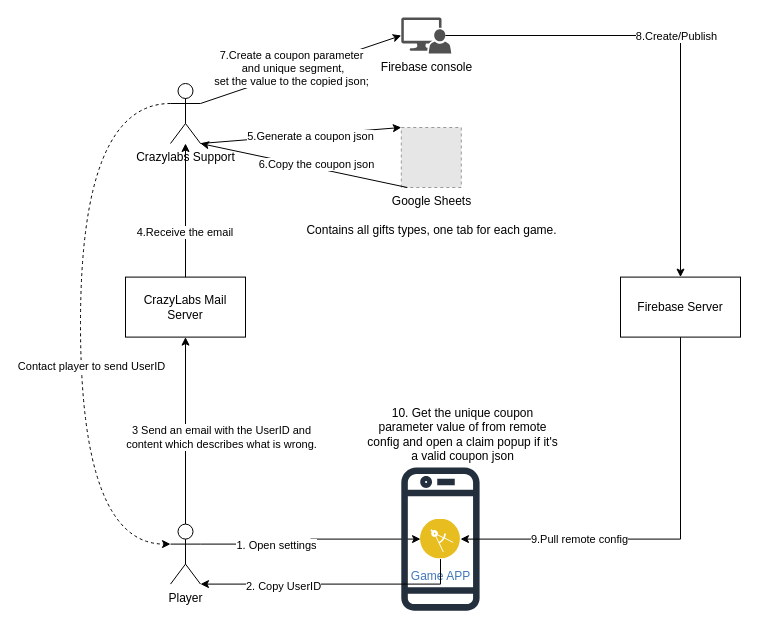
Above: page "Stage1-UniqueCoupon" (2 of 5) of Remote Config Coupon Architecture.drawio in yaohuiwu/SimpleFS (draw.io), before the change. Source tidied: cells renumbered, new cells numbered last; positions are measured from the earlier drawing's top-left corner, leaving out a move shared by most shapes. Both pictures are drawn from the tidied source at 100%, with x=0, y=0 at pixel (80, 17). Pictures stored in the file or linked from it are replaced by grey dashed boxes.
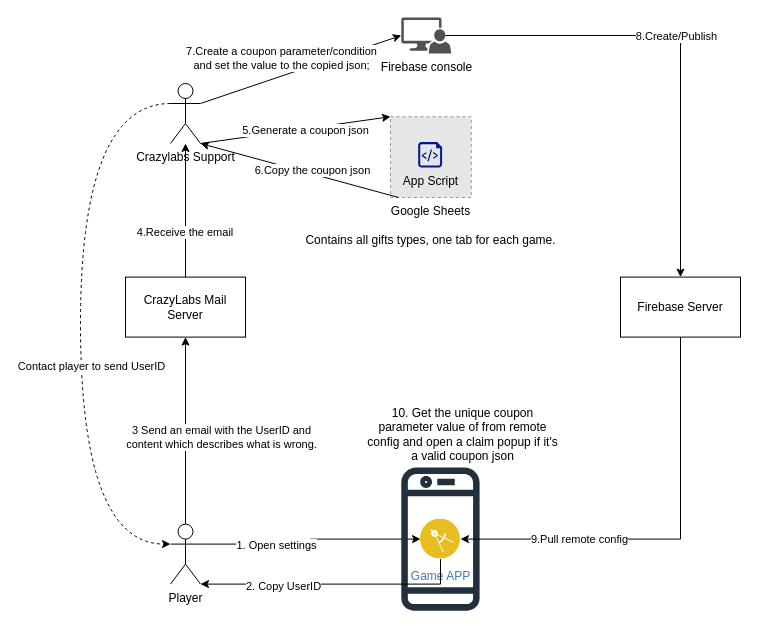
After the change.

The change refers to these unchanged cells:
```xml
<mxCell id="21" style="rounded=0;jettySize=auto;html=1;exitX=1;exitY=0.3333333333333333;exitDx=0;exitDy=0;exitPerimeter=0;entryX=0;entryY=0.5;entryDx=0;entryDy=0;entryPerimeter=0;" parent="1" edge="1" source="20" target="16">
  <mxGeometry relative="1" as="geometry" />
</mxCell>
```

Diff of the diagram source:
```diff
@@
-    <mxCell id="22" value="7.Create a coupon parameter&lt;br&gt;&amp;nbsp;and unique segment, &lt;br&gt;set the value to the copied json;" style="edgeLabel;html=1;align=center;verticalAlign=middle;" parent="21" vertex="1">
+    <mxCell id="22" value="7.Create a coupon parameter/condition &lt;br&gt;and set the value to the copied json;" style="edgeLabel;html=1;align=center;verticalAlign=middle;" parent="21" vertex="1">
       <mxGeometry x="-0.25" y="-1" relative="1" as="geometry">
-        <mxPoint x="14" y="-11" as="offset" />
+        <mxPoint x="4" y="-21" as="offset" />
       </mxGeometry>
     </mxCell>
@@
     <mxCell id="26" value="Google Sheets&lt;br&gt;&lt;br&gt;Contains all gifts types, one tab for each game." style="fillColor=#E6E6E6;strokeColor=#999999;dashed=1;html=1;verticalAlign=top;verticalLabelPosition=bottom;labelBackgroundColor=#ffffff;" parent="1" vertex="1">
-      <mxGeometry x="320.8" y="110" width="60" height="60" as="geometry" />
+      <mxGeometry x="310" y="99.2" width="80.8" height="80.8" as="geometry" />
     </mxCell>
@@
+    <mxCell id="31" value="App Script" style="sketch=0;shadow=0;dashed=0;html=1;strokeColor=none;labelPosition=center;verticalLabelPosition=bottom;verticalAlign=top;align=center;fillColor=#00188D;shape=mxgraph.azure.script_file;" parent="1" vertex="1">
+      <mxGeometry x="337.7" y="124.6" width="23.9" height="25.4" as="geometry" />
+    </mxCell>
```
